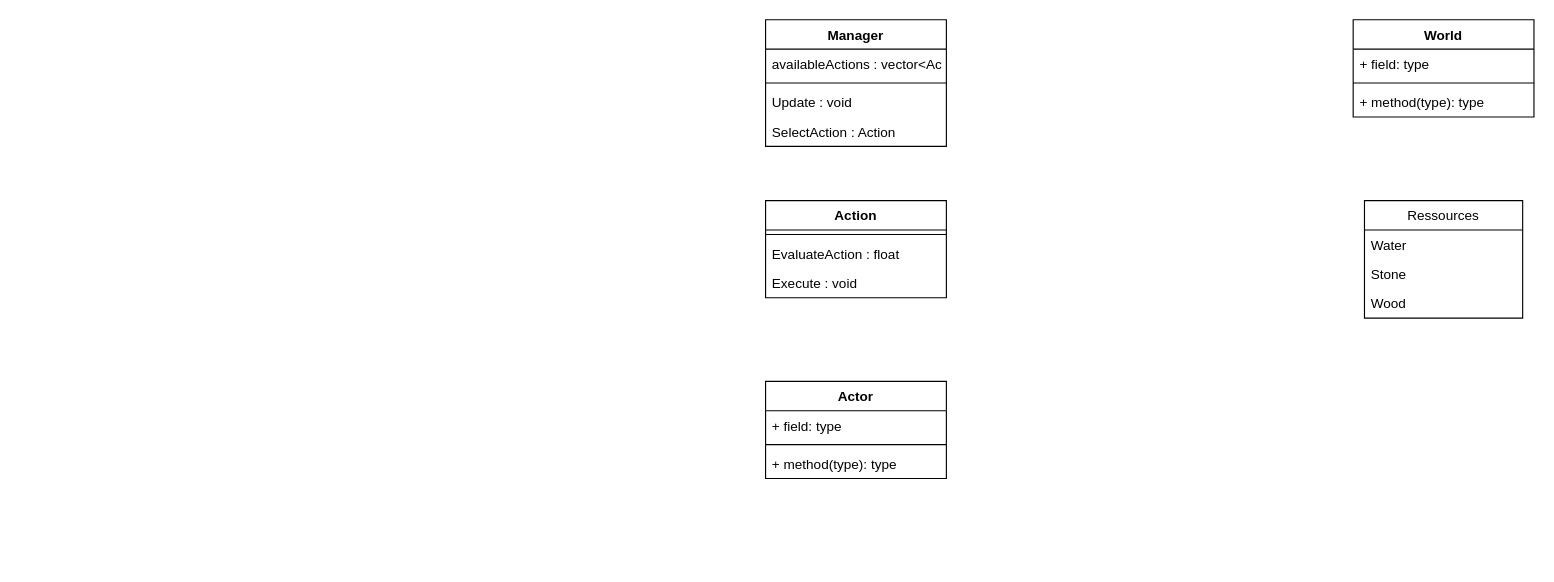
The draw.io diagram Projet Utility AI/Diagram utility AI.drawio in maxo98/Goujon_Boidin_IAJV_S1, before the edit. Source tidied: cells renumbered, new cells numbered last; positions are measured from the earlier drawing's top-left corner, leaving out a move shared by most shapes. Both pictures are drawn from the tidied source at 113%, with x=0, y=0 at pixel (765, 19).
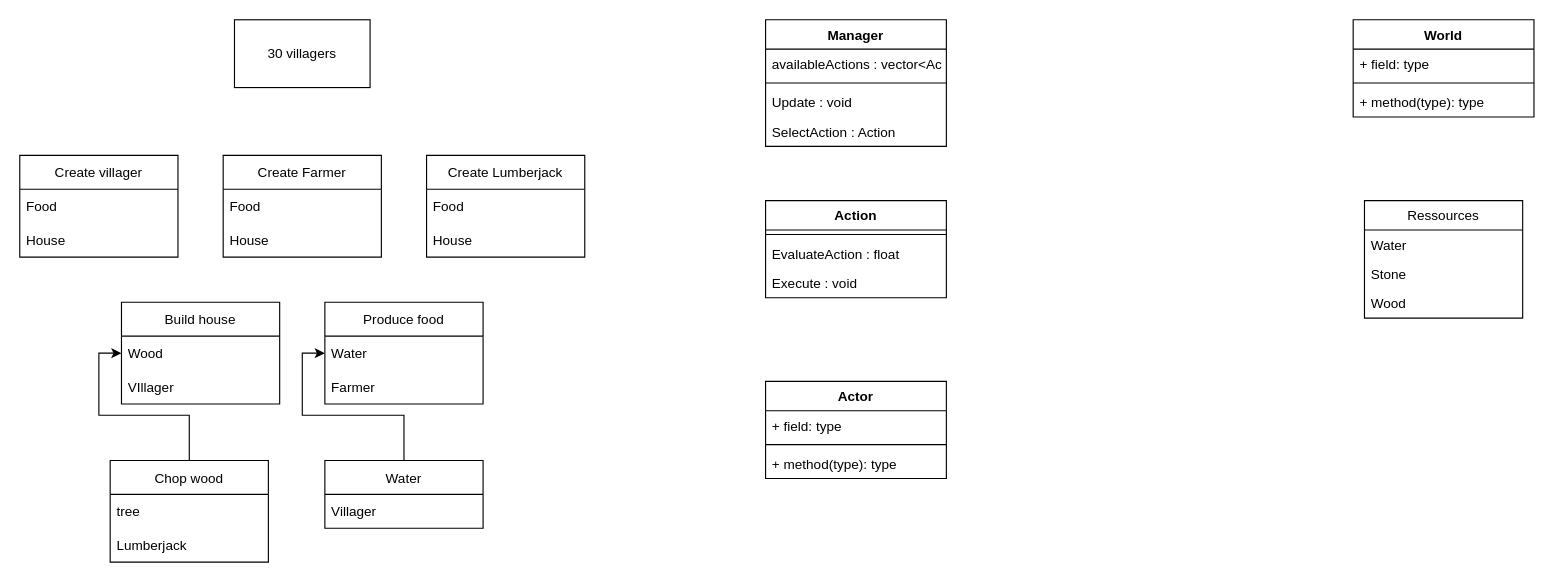
The same diagram, later.

What changed in the source:
```diff
@@
+    <mxCell id="23" value="30 villagers" style="rounded=0;whiteSpace=wrap;html=1;" parent="1" vertex="1">
+      <mxGeometry x="-470" width="120" height="60" as="geometry" />
+    </mxCell>
+    <mxCell id="24" value="Create villager" style="swimlane;fontStyle=0;horizontal=1;startSize=30;" parent="1" vertex="1">
+      <mxGeometry x="-660" y="120" width="140" height="90" as="geometry" />
+    </mxCell>
+    <mxCell id="25" value="Food" style="text;strokeColor=none;fillColor=none;align=left;verticalAlign=middle;spacingLeft=4;spacingRight=4;overflow=hidden;" parent="24" vertex="1">
+      <mxGeometry y="30" width="140" height="30" as="geometry" />
+    </mxCell>
+    <mxCell id="26" value="House" style="text;strokeColor=none;fillColor=none;align=left;verticalAlign=middle;spacingLeft=4;spacingRight=4;overflow=hidden;" parent="24" vertex="1">
+      <mxGeometry y="60" width="140" height="30" as="geometry" />
+    </mxCell>
+    <mxCell id="27" value="Produce food" style="swimlane;fontStyle=0;horizontal=1;startSize=30;" parent="1" vertex="1">
+      <mxGeometry x="-390" y="250" width="140" height="90" as="geometry" />
+    </mxCell>
+    <mxCell id="28" value="Water" style="text;strokeColor=none;fillColor=none;align=left;verticalAlign=middle;spacingLeft=4;spacingRight=4;overflow=hidden;points=[[0,0.5],[1,0.5]];portConstraint=eastwest;" parent="27" vertex="1">
+      <mxGeometry y="30" width="140" height="30" as="geometry" />
+    </mxCell>
+    <mxCell id="29" value="Farmer" style="text;strokeColor=none;fillColor=none;align=left;verticalAlign=middle;spacingLeft=4;spacingRight=4;overflow=hidden;" parent="27" vertex="1">
+      <mxGeometry y="60" width="140" height="30" as="geometry" />
+    </mxCell>
+    <mxCell id="30" style="edgeStyle=orthogonalEdgeStyle;rounded=0;jettySize=auto;html=1;exitX=0.5;exitY=0;exitDx=0;exitDy=0;entryX=0;entryY=0.5;entryDx=0;entryDy=0;" parent="1" edge="1" source="31" target="38">
+      <mxGeometry relative="1" as="geometry">
+        <Array as="points">
+          <mxPoint x="-510" y="350" />
+          <mxPoint x="-590" y="350" />
+          <mxPoint x="-590" y="295" />
+        </Array>
+      </mxGeometry>
+    </mxCell>
+    <mxCell id="31" value="Chop wood" style="swimlane;fontStyle=0;horizontal=1;startSize=30;" parent="1" vertex="1">
+      <mxGeometry x="-580" y="390" width="140" height="90" as="geometry" />
+    </mxCell>
+    <mxCell id="32" value="tree" style="text;strokeColor=none;fillColor=none;align=left;verticalAlign=middle;spacingLeft=4;spacingRight=4;overflow=hidden;" parent="31" vertex="1">
+      <mxGeometry y="30" width="140" height="30" as="geometry" />
+    </mxCell>
+    <mxCell id="33" value="Lumberjack" style="text;strokeColor=none;fillColor=none;align=left;verticalAlign=middle;spacingLeft=4;spacingRight=4;overflow=hidden;" parent="31" vertex="1">
+      <mxGeometry y="60" width="140" height="30" as="geometry" />
+    </mxCell>
+    <mxCell id="34" style="edgeStyle=orthogonalEdgeStyle;rounded=0;jettySize=auto;html=1;exitX=0.5;exitY=0;exitDx=0;exitDy=0;entryX=0;entryY=0.5;entryDx=0;entryDy=0;" parent="1" edge="1" source="35" target="28">
+      <mxGeometry relative="1" as="geometry" />
+    </mxCell>
+    <mxCell id="35" value="Water" style="swimlane;fontStyle=0;horizontal=1;startSize=30;" parent="1" vertex="1">
+      <mxGeometry x="-390" y="390" width="140" height="60" as="geometry" />
+    </mxCell>
+    <mxCell id="36" value="Villager" style="text;strokeColor=none;fillColor=none;align=left;verticalAlign=middle;spacingLeft=4;spacingRight=4;overflow=hidden;" parent="35" vertex="1">
+      <mxGeometry y="30" width="140" height="30" as="geometry" />
+    </mxCell>
+    <mxCell id="37" value="Build house" style="swimlane;fontStyle=0;horizontal=1;startSize=30;" parent="1" vertex="1">
+      <mxGeometry x="-570" y="250" width="140" height="90" as="geometry" />
+    </mxCell>
+    <mxCell id="38" value="Wood" style="text;strokeColor=none;fillColor=none;align=left;verticalAlign=middle;spacingLeft=4;spacingRight=4;overflow=hidden;points=[[0,0.5],[1,0.5]];portConstraint=eastwest;" parent="37" vertex="1">
+      <mxGeometry y="30" width="140" height="30" as="geometry" />
+    </mxCell>
+    <mxCell id="39" value="VIllager" style="text;strokeColor=none;fillColor=none;align=left;verticalAlign=middle;spacingLeft=4;spacingRight=4;overflow=hidden;" parent="37" vertex="1">
+      <mxGeometry y="60" width="140" height="30" as="geometry" />
+    </mxCell>
+    <mxCell id="40" value="Create Farmer" style="swimlane;fontStyle=0;horizontal=1;startSize=30;" parent="1" vertex="1">
+      <mxGeometry x="-480" y="120" width="140" height="90" as="geometry" />
+    </mxCell>
+    <mxCell id="41" value="Food" style="text;strokeColor=none;fillColor=none;align=left;verticalAlign=middle;spacingLeft=4;spacingRight=4;overflow=hidden;" parent="40" vertex="1">
+      <mxGeometry y="30" width="140" height="30" as="geometry" />
+    </mxCell>
+    <mxCell id="42" value="House" style="text;strokeColor=none;fillColor=none;align=left;verticalAlign=middle;spacingLeft=4;spacingRight=4;overflow=hidden;" parent="40" vertex="1">
+      <mxGeometry y="60" width="140" height="30" as="geometry" />
+    </mxCell>
+    <mxCell id="43" value="Create Lumberjack" style="swimlane;fontStyle=0;horizontal=1;startSize=30;" parent="1" vertex="1">
+      <mxGeometry x="-300" y="120" width="140" height="90" as="geometry" />
+    </mxCell>
+    <mxCell id="44" value="Food" style="text;strokeColor=none;fillColor=none;align=left;verticalAlign=middle;spacingLeft=4;spacingRight=4;overflow=hidden;" parent="43" vertex="1">
+      <mxGeometry y="30" width="140" height="30" as="geometry" />
+    </mxCell>
+    <mxCell id="45" value="House" style="text;strokeColor=none;fillColor=none;align=left;verticalAlign=middle;spacingLeft=4;spacingRight=4;overflow=hidden;" parent="43" vertex="1">
+      <mxGeometry y="60" width="140" height="30" as="geometry" />
+    </mxCell>
```
